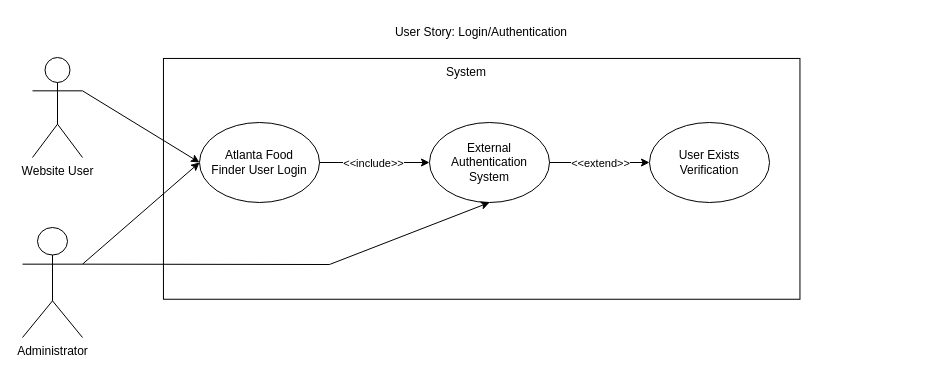
Above: UserCaseDiagram1.drawio in dsharm9148/CS-2340 (draw.io), before the change. Source tidied: cells renumbered, new cells numbered last; positions are measured from the earlier drawing's top-left corner, leaving out a move shared by most shapes. Both pictures are drawn from the tidied source at 100%, with x=0, y=0 at pixel (22, -140).
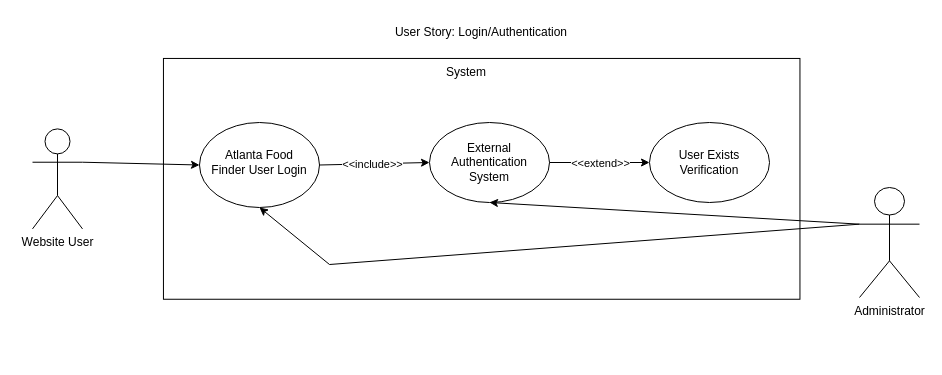
The same diagram, later.

Unchanged cells that the change refers to:
```xml
<mxCell id="7" style="ellipse;whiteSpace=wrap;html=1;" parent="1" vertex="1">
  <mxGeometry x="407" y="262" width="120" height="80" as="geometry" />
</mxCell>
```

Change to the diagram source:
```diff
@@
     <mxCell id="3" value="Website User" style="shape=umlActor;verticalLabelPosition=bottom;verticalAlign=top;html=1;outlineConnect=0;" parent="1" vertex="1">
-      <mxGeometry x="10" y="197" width="50" height="100" as="geometry" />
+      <mxGeometry x="10" y="268.4" width="50" height="100" as="geometry" />
     </mxCell>
     <mxCell id="4" value="Administrator" style="shape=umlActor;verticalLabelPosition=bottom;verticalAlign=top;html=1;outlineConnect=0;" parent="1" vertex="1">
-      <mxGeometry y="367" width="60" height="110" as="geometry" />
+      <mxGeometry x="837" y="327" width="60" height="110" as="geometry" />
     </mxCell>
     <mxCell id="5" style="ellipse;whiteSpace=wrap;html=1;" parent="1" vertex="1">
-      <mxGeometry x="177" y="262" width="120" height="80" as="geometry" />
+      <mxGeometry x="177" y="262" width="120" height="85" as="geometry" />
     </mxCell>
@@
-    <mxCell id="11" style="endArrow=classic;html=1;rounded=0;exitX=1;exitY=0.3333333333333333;exitDx=0;exitDy=0;exitPerimeter=0;" parent="1" edge="1" source="4">
-      <mxGeometry relative="1" as="geometry">
-        <mxPoint x="177" y="302" as="targetPoint" />
-      </mxGeometry>
+    <mxCell id="11" style="endArrow=classic;html=1;rounded=0;exitX=0;exitY=0.3333333333333333;exitDx=0;exitDy=0;exitPerimeter=0;entryX=0.5;entryY=1;entryDx=0;entryDy=0;" parent="1" edge="1" source="4" target="7">
+      <mxGeometry relative="1" as="geometry" />
     </mxCell>
@@
-    <mxCell id="20" style="endArrow=none;html=1;rounded=0;exitX=1;exitY=0.3333333333333333;exitDx=0;exitDy=0;exitPerimeter=0;" parent="1" edge="1" source="4">
+    <mxCell id="20" style="endArrow=none;html=1;rounded=0;exitX=0;exitY=0.3333333333333333;exitDx=0;exitDy=0;exitPerimeter=0;" parent="1" edge="1" source="4">
       <mxGeometry relative="1" as="geometry">
         <mxPoint x="307" y="404" as="targetPoint" />
       </mxGeometry>
     </mxCell>
-    <mxCell id="21" style="endArrow=classic;html=1;rounded=0;entryX=0.5;entryY=1;entryDx=0;entryDy=0;" parent="1" edge="1" target="7">
+    <mxCell id="21" style="endArrow=classic;html=1;rounded=0;entryX=0.5;entryY=1;entryDx=0;entryDy=0;" parent="1" edge="1" target="5">
       <mxGeometry relative="1" as="geometry">
         <mxPoint x="307" y="404" as="sourcePoint" />
       </mxGeometry>
     </mxCell>
```
